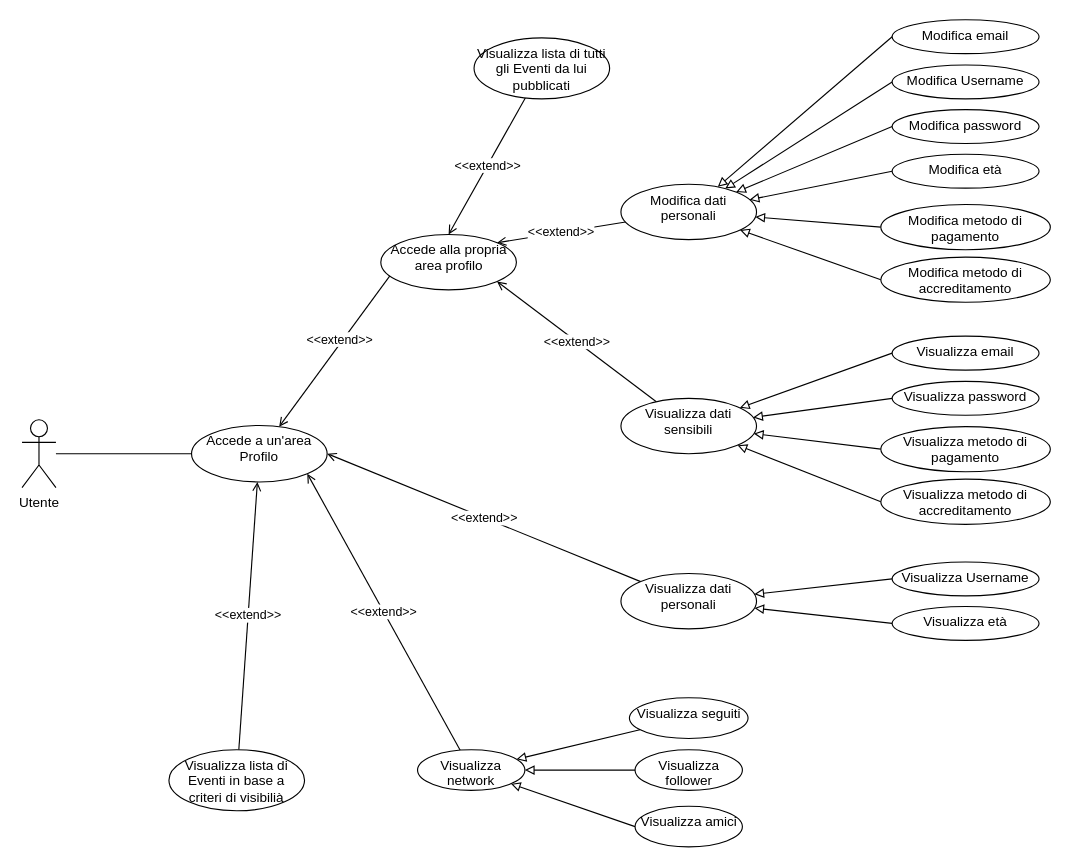
Before: UseCase/RF04_Profilo/Profilo.drawio in 4spot-team/documentation, a draw.io diagram. Source tidied: cells renumbered, new cells numbered last; positions are measured from the earlier drawing's top-left corner, leaving out a move shared by most shapes. Both pictures are drawn from the tidied source at 113%, with x=0, y=0 at pixel (21, 19).
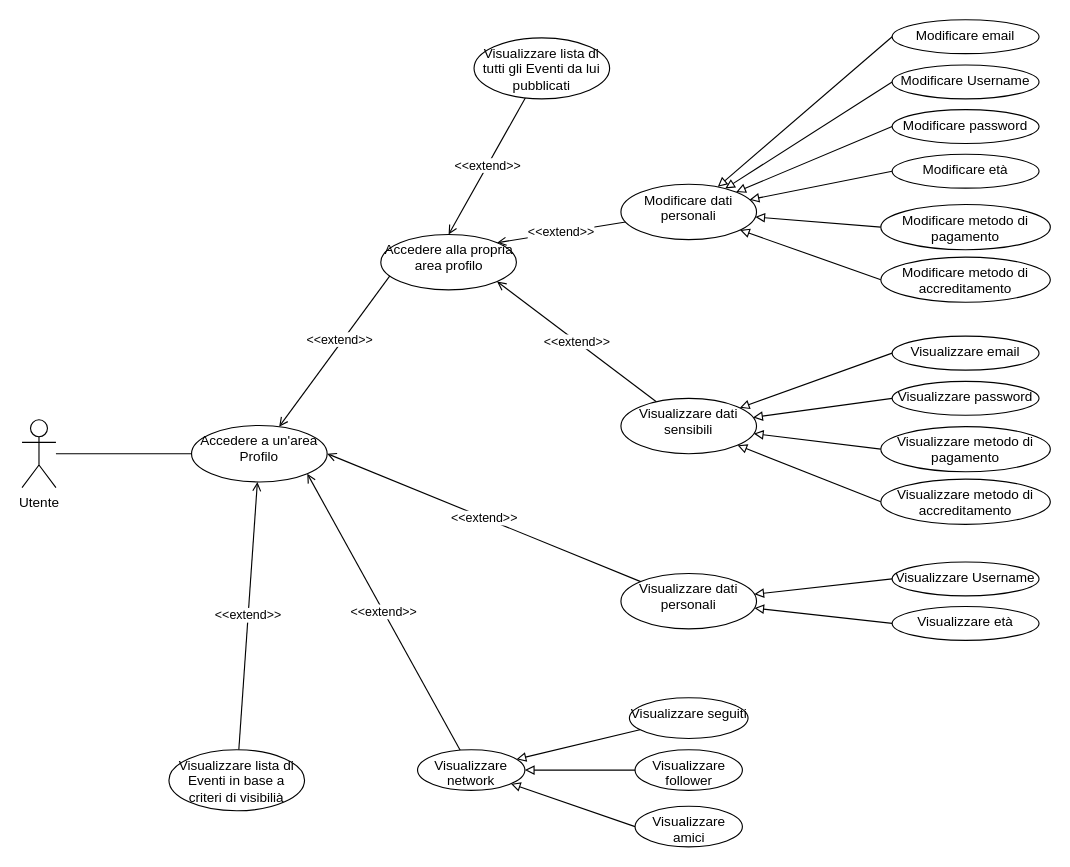
The same page after the edit.

Change to the diagram source:
```diff
@@
-    <mxCell id="7" value="Accede a un'area Profilo" style="ellipse;whiteSpace=wrap;html=1;verticalAlign=top;" parent="1" vertex="1">
+    <mxCell id="7" value="Accedere a un'area Profilo" style="ellipse;whiteSpace=wrap;html=1;verticalAlign=top;" parent="1" vertex="1">
       <mxGeometry x="150" y="359" width="120" height="50" as="geometry" />
     </mxCell>
@@
-    <mxCell id="11" value="Visualizza dati personali" style="ellipse;whiteSpace=wrap;html=1;verticalAlign=top;" parent="1" vertex="1">
+    <mxCell id="11" value="Visualizzare dati personali" style="ellipse;whiteSpace=wrap;html=1;verticalAlign=top;" parent="1" vertex="1">
       <mxGeometry x="530" y="490" width="120" height="49" as="geometry" />
     </mxCell>
@@
-    <mxCell id="16" value="Visualizza network" style="ellipse;whiteSpace=wrap;html=1;verticalAlign=top;" parent="1" vertex="1">
+    <mxCell id="16" value="Visualizzare network" style="ellipse;whiteSpace=wrap;html=1;verticalAlign=top;" parent="1" vertex="1">
       <mxGeometry x="350" y="646" width="95" height="36" as="geometry" />
     </mxCell>
-    <mxCell id="17" value="Visualizza seguiti" style="ellipse;whiteSpace=wrap;html=1;verticalAlign=top;" parent="1" vertex="1">
+    <mxCell id="17" value="Visualizzare seguiti" style="ellipse;whiteSpace=wrap;html=1;verticalAlign=top;" parent="1" vertex="1">
       <mxGeometry x="537.5" y="600" width="105" height="36" as="geometry" />
     </mxCell>
-    <mxCell id="18" value="Visualizza follower" style="ellipse;whiteSpace=wrap;html=1;verticalAlign=top;" parent="1" vertex="1">
+    <mxCell id="18" value="Visualizzare follower" style="ellipse;whiteSpace=wrap;html=1;verticalAlign=top;" parent="1" vertex="1">
       <mxGeometry x="542.5" y="646" width="95" height="36" as="geometry" />
     </mxCell>
-    <mxCell id="19" value="Visualizza amici" style="ellipse;whiteSpace=wrap;html=1;verticalAlign=top;" parent="1" vertex="1">
+    <mxCell id="19" value="Visualizzare amici" style="ellipse;whiteSpace=wrap;html=1;verticalAlign=top;" parent="1" vertex="1">
       <mxGeometry x="542.5" y="696" width="95" height="36" as="geometry" />
     </mxCell>
-    <mxCell id="20" value="Accede alla propria area profilo" style="ellipse;whiteSpace=wrap;html=1;verticalAlign=top;" parent="1" vertex="1">
+    <mxCell id="20" value="Accedere alla propria area profilo" style="ellipse;whiteSpace=wrap;html=1;verticalAlign=top;" parent="1" vertex="1">
       <mxGeometry x="317.5" y="190" width="120" height="49" as="geometry" />
     </mxCell>
@@
-    <mxCell id="26" value="Visualizza dati sensibili" style="ellipse;whiteSpace=wrap;html=1;verticalAlign=top;" parent="1" vertex="1">
+    <mxCell id="26" value="Visualizzare dati sensibili" style="ellipse;whiteSpace=wrap;html=1;verticalAlign=top;" parent="1" vertex="1">
       <mxGeometry x="530" y="335" width="120" height="49" as="geometry" />
     </mxCell>
@@
-    <mxCell id="34" value="Modifica dati personali" style="ellipse;whiteSpace=wrap;html=1;verticalAlign=top;" parent="1" vertex="1">
+    <mxCell id="34" value="Modificare dati personali" style="ellipse;whiteSpace=wrap;html=1;verticalAlign=top;" parent="1" vertex="1">
       <mxGeometry x="530" y="145.5" width="120" height="49" as="geometry" />
     </mxCell>
-    <mxCell id="35" value="Modifica email" style="ellipse;whiteSpace=wrap;html=1;verticalAlign=top;" parent="1" vertex="1">
+    <mxCell id="35" value="Modificare email" style="ellipse;whiteSpace=wrap;html=1;verticalAlign=top;" parent="1" vertex="1">
       <mxGeometry x="770" width="130" height="30" as="geometry" />
     </mxCell>
-    <mxCell id="36" value="Modifica Username" style="ellipse;whiteSpace=wrap;html=1;verticalAlign=top;" parent="1" vertex="1">
+    <mxCell id="36" value="Modificare Username" style="ellipse;whiteSpace=wrap;html=1;verticalAlign=top;" parent="1" vertex="1">
       <mxGeometry x="770" y="40" width="130" height="30" as="geometry" />
     </mxCell>
-    <mxCell id="37" value="Modifica password" style="ellipse;whiteSpace=wrap;html=1;verticalAlign=top;" parent="1" vertex="1">
+    <mxCell id="37" value="Modificare password" style="ellipse;whiteSpace=wrap;html=1;verticalAlign=top;" parent="1" vertex="1">
       <mxGeometry x="770" y="79.5" width="130" height="30" as="geometry" />
     </mxCell>
-    <mxCell id="38" value="Modifica età" style="ellipse;whiteSpace=wrap;html=1;verticalAlign=top;" parent="1" vertex="1">
+    <mxCell id="38" value="Modificare età" style="ellipse;whiteSpace=wrap;html=1;verticalAlign=top;" parent="1" vertex="1">
       <mxGeometry x="770" y="119" width="130" height="30" as="geometry" />
     </mxCell>
-    <mxCell id="39" value="Modifica metodo di accreditamento" style="ellipse;whiteSpace=wrap;html=1;verticalAlign=top;" parent="1" vertex="1">
+    <mxCell id="39" value="Modificare metodo di accreditamento" style="ellipse;whiteSpace=wrap;html=1;verticalAlign=top;" parent="1" vertex="1">
       <mxGeometry x="760" y="210" width="150" height="40" as="geometry" />
     </mxCell>
-    <mxCell id="40" value="Modifica metodo di pagamento" style="ellipse;whiteSpace=wrap;html=1;verticalAlign=top;" parent="1" vertex="1">
+    <mxCell id="40" value="Modificare metodo di pagamento" style="ellipse;whiteSpace=wrap;html=1;verticalAlign=top;" parent="1" vertex="1">
       <mxGeometry x="760" y="163.5" width="150" height="40" as="geometry" />
     </mxCell>
-    <mxCell id="41" value="Visualizza email" style="ellipse;whiteSpace=wrap;html=1;verticalAlign=top;" parent="1" vertex="1">
+    <mxCell id="41" value="Visualizzare email" style="ellipse;whiteSpace=wrap;html=1;verticalAlign=top;" parent="1" vertex="1">
       <mxGeometry x="770" y="280" width="130" height="30" as="geometry" />
     </mxCell>
-    <mxCell id="42" value="Visualizza password" style="ellipse;whiteSpace=wrap;html=1;verticalAlign=top;" parent="1" vertex="1">
+    <mxCell id="42" value="Visualizzare password" style="ellipse;whiteSpace=wrap;html=1;verticalAlign=top;" parent="1" vertex="1">
       <mxGeometry x="770" y="320" width="130" height="30" as="geometry" />
     </mxCell>
-    <mxCell id="43" value="Visualizza metodo di accreditamento" style="ellipse;whiteSpace=wrap;html=1;verticalAlign=top;" parent="1" vertex="1">
+    <mxCell id="43" value="Visualizzare metodo di accreditamento" style="ellipse;whiteSpace=wrap;html=1;verticalAlign=top;" parent="1" vertex="1">
       <mxGeometry x="760" y="406.5" width="150" height="40" as="geometry" />
     </mxCell>
-    <mxCell id="44" value="Visualizza metodo di pagamento" style="ellipse;whiteSpace=wrap;html=1;verticalAlign=top;" parent="1" vertex="1">
+    <mxCell id="44" value="Visualizzare metodo di pagamento" style="ellipse;whiteSpace=wrap;html=1;verticalAlign=top;" parent="1" vertex="1">
       <mxGeometry x="760" y="360" width="150" height="40" as="geometry" />
     </mxCell>
-    <mxCell id="45" value="Visualizza Username" style="ellipse;whiteSpace=wrap;html=1;verticalAlign=top;" parent="1" vertex="1">
+    <mxCell id="45" value="Visualizzare Username" style="ellipse;whiteSpace=wrap;html=1;verticalAlign=top;" parent="1" vertex="1">
       <mxGeometry x="770" y="479.8" width="130" height="30" as="geometry" />
     </mxCell>
-    <mxCell id="46" value="Visualizza età" style="ellipse;whiteSpace=wrap;html=1;verticalAlign=top;" parent="1" vertex="1">
+    <mxCell id="46" value="Visualizzare età" style="ellipse;whiteSpace=wrap;html=1;verticalAlign=top;" parent="1" vertex="1">
       <mxGeometry x="770" y="519.2" width="130" height="30" as="geometry" />
     </mxCell>
-    <mxCell id="47" value="Visualizza lista di Eventi in base a criteri di visibilià" style="ellipse;whiteSpace=wrap;html=1;verticalAlign=top;" parent="1" vertex="1">
+    <mxCell id="47" value="Visualizzare lista di Eventi in base a criteri di visibilià" style="ellipse;whiteSpace=wrap;html=1;verticalAlign=top;" parent="1" vertex="1">
       <mxGeometry x="130" y="646" width="120" height="54" as="geometry" />
     </mxCell>
@@
-    <mxCell id="49" value="Visualizza lista di tutti gli Eventi da lui pubblicati" style="ellipse;whiteSpace=wrap;html=1;verticalAlign=top;" parent="1" vertex="1">
+    <mxCell id="49" value="Visualizzare lista di tutti gli Eventi da lui pubblicati" style="ellipse;whiteSpace=wrap;html=1;verticalAlign=top;" parent="1" vertex="1">
       <mxGeometry x="400" y="16" width="120" height="54" as="geometry" />
     </mxCell>
```
